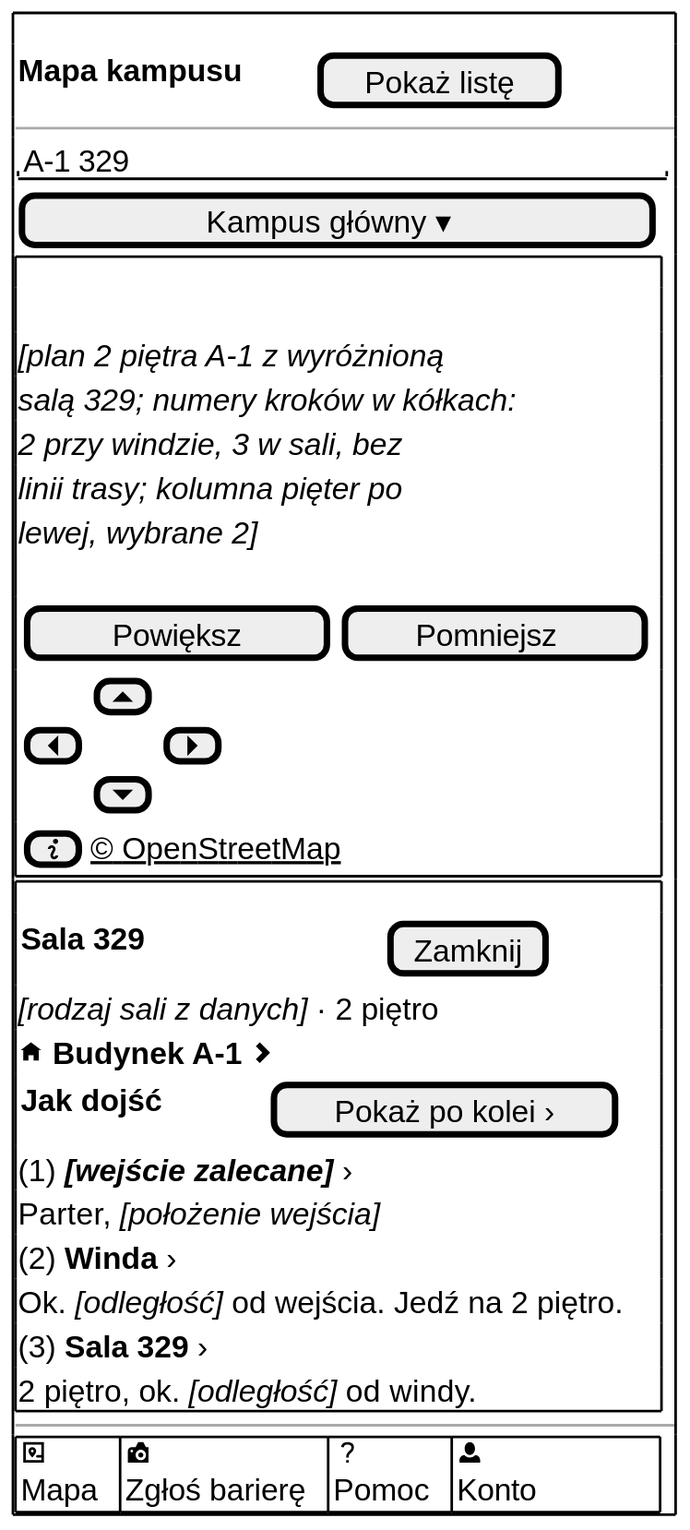
The PlantUML diagram docs/docs/_generated/m-v1-mapa-sala.svg in dostepny-kampus/dostepny-kampus, before a commit.
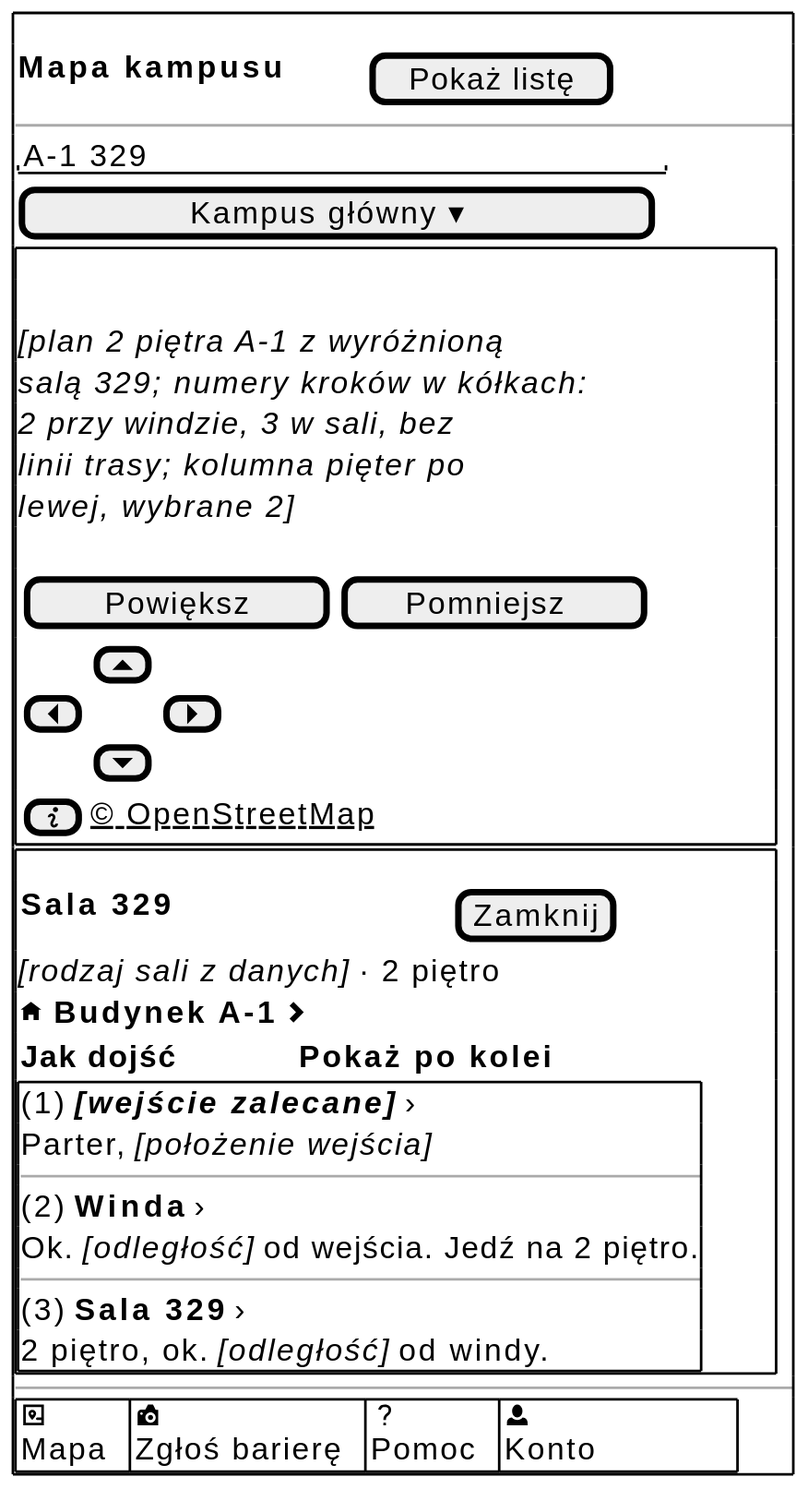
After the commit.

Change to the diagram source:
```diff
@@ -11,13 +11,17 @@
 { <b>Sala 329</b>$dk_spacje(14) | [Zamknij] }
 <i>[rodzaj sali z danych]</i> · 2 piętro
 $wiersz_budynku()
-{ <b>Jak dojść</b>$dk_spacje(6) | [Pokaż po kolei ›] }
+{ <b>Jak dojść</b>$dk_spacje(6) | <b>Pokaż po kolei</b> }
+{+
 (1) <b><i>[wejście zalecane]</i></b> ›
 Parter, <i>[położenie wejścia]</i>
+--
 (2) <b>Winda</b> ›
 Ok. <i>[odległość]</i> od wejścia. Jedź na 2 piętro.
+--
 (3) <b>Sala 329</b> ›
 2 piętro, ok. <i>[odległość]</i> od windy.
+}
 }
 $pasek_dolny_konto()
 $ekran_koniec()
```
